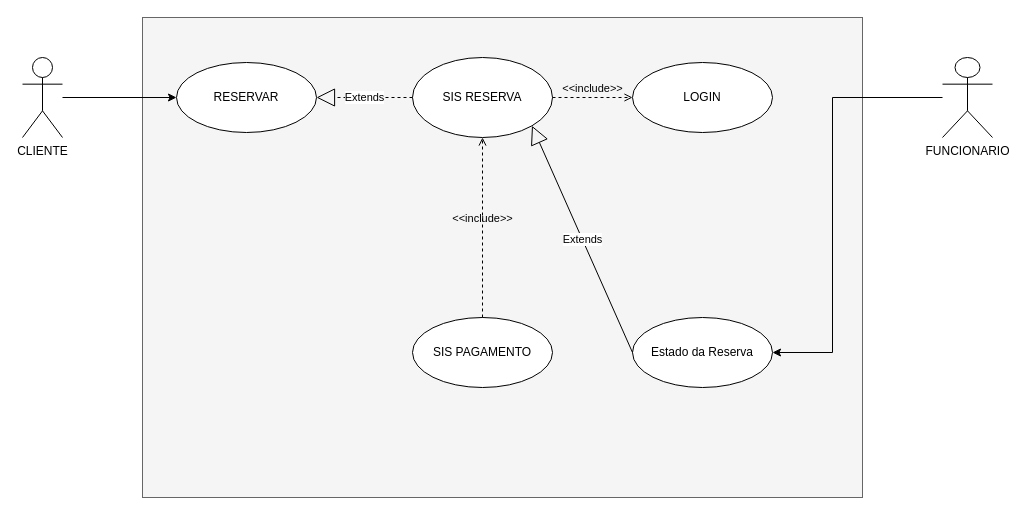
mateuscaldasbr/Villa-Food-Delivery keeps this draw.io diagram as ENG2.drawio. Above is the earlier version. Source tidied: cells renumbered, new cells numbered last; positions are measured from the earlier drawing's top-left corner, leaving out a move shared by most shapes. Both pictures are drawn from the tidied source at 100%, with x=0, y=0 at pixel (22, 17).
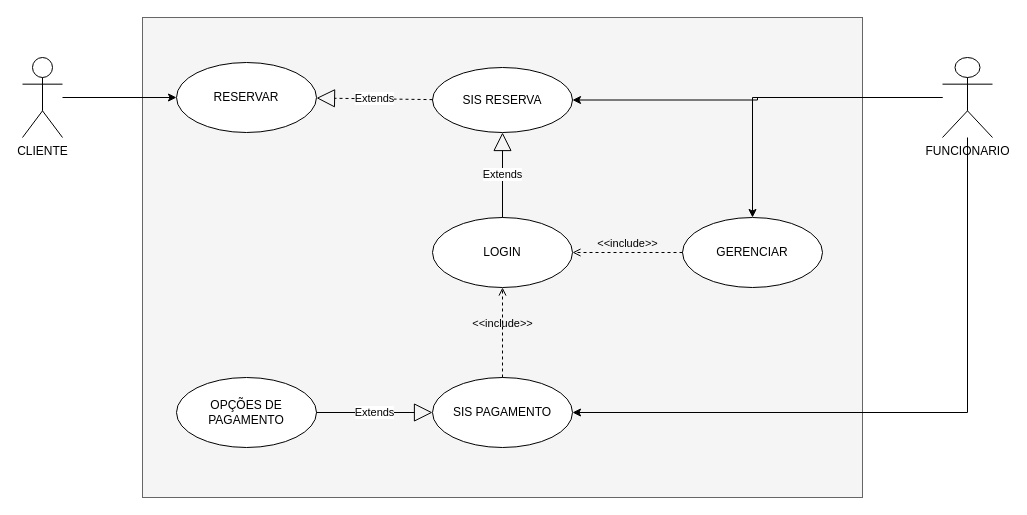
The same diagram, later.

The change refers to these unchanged cells:
```xml
<mxCell id="11" value="&lt;div&gt;FUNCIONARIO&lt;/div&gt;" style="shape=umlActor;verticalLabelPosition=bottom;verticalAlign=top;html=1;outlineConnect=0;" parent="1" vertex="1">
  <mxGeometry x="920" y="40" width="50" height="80" as="geometry" />
</mxCell>
```

Diff of the diagram source:
```diff
@@
     <mxCell id="6" value="&lt;div&gt;SIS RESERVA&lt;/div&gt;" style="ellipse;whiteSpace=wrap;html=1;" parent="1" vertex="1">
-      <mxGeometry x="390" y="40" width="140" height="80" as="geometry" />
+      <mxGeometry x="410" y="50" width="140" height="65" as="geometry" />
     </mxCell>
@@
     <mxCell id="8" value="&lt;div&gt;SIS PAGAMENTO&lt;/div&gt;" style="ellipse;whiteSpace=wrap;html=1;" parent="1" vertex="1">
-      <mxGeometry x="390" y="300" width="140" height="70" as="geometry" />
+      <mxGeometry x="410" y="360" width="140" height="70" as="geometry" />
     </mxCell>
-    <mxCell id="9" value="&amp;lt;&amp;lt;include&amp;gt;&amp;gt;" style="edgeStyle=none;html=1;endArrow=open;verticalAlign=bottom;dashed=1;labelBackgroundColor=none;entryX=0.5;entryY=1;entryDx=0;entryDy=0;" parent="1" edge="1" source="8" target="6">
+    <mxCell id="9" value="&amp;lt;&amp;lt;include&amp;gt;&amp;gt;" style="edgeStyle=none;html=1;endArrow=open;verticalAlign=bottom;dashed=1;labelBackgroundColor=none;" parent="1" edge="1" source="8" target="13">
       <mxGeometry relative="1" as="geometry" />
     </mxCell>
-    <mxCell id="10" style="edgeStyle=orthogonalEdgeStyle;rounded=0;jettySize=auto;html=1;entryX=1;entryY=0.5;entryDx=0;entryDy=0;" parent="1" edge="1" source="11" target="12">
+    <mxCell id="10" style="edgeStyle=orthogonalEdgeStyle;rounded=0;jettySize=auto;html=1;entryX=0.5;entryY=0;entryDx=0;entryDy=0;" parent="1" edge="1" source="11" target="12">
       <mxGeometry relative="1" as="geometry">
         <Array as="points">
-          <mxPoint x="810" y="80" />
-          <mxPoint x="810" y="335" />
+          <mxPoint x="730" y="80" />
         </Array>
       </mxGeometry>
     </mxCell>
+    <mxCell id="16" style="edgeStyle=orthogonalEdgeStyle;rounded=0;jettySize=auto;html=1;entryX=1;entryY=0.5;entryDx=0;entryDy=0;endArrow=classic;endFill=1;" parent="1" edge="1" source="11" target="8">
+      <mxGeometry relative="1" as="geometry">
+        <Array as="points">
+          <mxPoint x="945" y="395" />
+        </Array>
+      </mxGeometry>
+    </mxCell>
+    <mxCell id="17" style="edgeStyle=orthogonalEdgeStyle;rounded=0;jettySize=auto;html=1;endArrow=classic;endFill=1;" parent="1" edge="1" source="11" target="6">
+      <mxGeometry relative="1" as="geometry" />
+    </mxCell>
@@
-    <mxCell id="12" value="Estado da Reserva" style="ellipse;whiteSpace=wrap;html=1;" parent="1" vertex="1">
-      <mxGeometry x="610" y="300" width="140" height="70" as="geometry" />
+    <mxCell id="12" value="&lt;div&gt;GERENCIAR&lt;/div&gt;" style="ellipse;whiteSpace=wrap;html=1;" parent="1" vertex="1">
+      <mxGeometry x="660" y="200" width="140" height="70" as="geometry" />
     </mxCell>
     <mxCell id="13" value="&lt;div&gt;LOGIN&lt;br&gt;&lt;/div&gt;" style="ellipse;whiteSpace=wrap;html=1;" parent="1" vertex="1">
-      <mxGeometry x="610" y="45" width="140" height="70" as="geometry" />
+      <mxGeometry x="410" y="200" width="140" height="70" as="geometry" />
     </mxCell>
+    <mxCell id="18" value="Extends" style="endArrow=block;endSize=16;endFill=0;html=1;" parent="1" edge="1" source="13" target="6">
+      <mxGeometry relative="1" as="geometry" />
+    </mxCell>
-    <mxCell id="14" value="&amp;lt;&amp;lt;include&amp;gt;&amp;gt;" style="edgeStyle=none;html=1;endArrow=open;verticalAlign=bottom;dashed=1;labelBackgroundColor=none;exitX=1;exitY=0.5;exitDx=0;exitDy=0;" parent="1" edge="1" source="6" target="13">
+    <mxCell id="14" value="&amp;lt;&amp;lt;include&amp;gt;&amp;gt;" style="edgeStyle=none;html=1;endArrow=open;verticalAlign=bottom;dashed=1;labelBackgroundColor=none;entryX=1;entryY=0.5;entryDx=0;entryDy=0;exitX=0;exitY=0.5;exitDx=0;exitDy=0;" parent="1" edge="1" source="12" target="13">
       <mxGeometry relative="1" as="geometry" />
     </mxCell>
-    <mxCell id="15" value="Extends" style="endArrow=block;endSize=16;endFill=0;html=1;entryX=1;entryY=1;entryDx=0;entryDy=0;exitX=0;exitY=0.5;exitDx=0;exitDy=0;" parent="1" edge="1" source="12" target="6">
-      <mxGeometry relative="1" as="geometry" />
-    </mxCell>
+    <mxCell id="19" value="OPÇÕES DE PAGAMENTO" style="ellipse;whiteSpace=wrap;html=1;" parent="1" vertex="1">
+      <mxGeometry x="154" y="360" width="140" height="70" as="geometry" />
+    </mxCell>
+    <mxCell id="20" value="Extends" style="endArrow=block;endSize=16;endFill=0;html=1;exitX=1;exitY=0.5;exitDx=0;exitDy=0;entryX=0;entryY=0.5;entryDx=0;entryDy=0;" parent="1" edge="1" source="19" target="8">
+      <mxGeometry relative="1" as="geometry" />
+    </mxCell>
```
